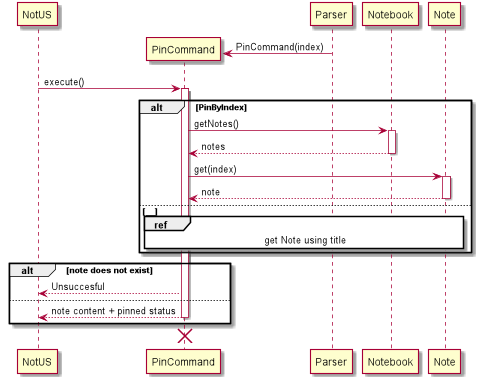
Earlier version of the PlantUML export docs/diagrams/out/PinCommand.png (nus-cs2113-AY2021S1/tp).
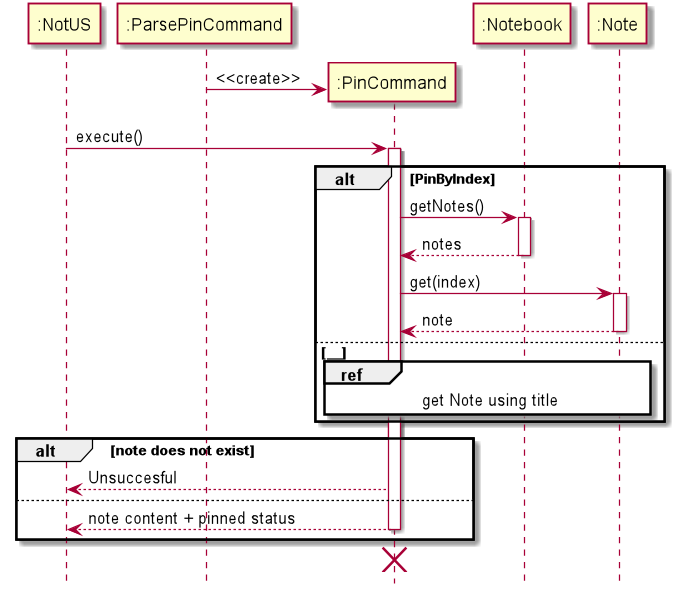
Later version of the same file.

What changed in the source:
```diff
@@ -1,9 +1,21 @@
 @startuml
+
+hide footbox
+
+participant ":NotUS" as NotUS
+participant ":ParsePinCommand" as ParsePinCommand
+participant ":PinCommand" as PinCommand
+participant ":Notebook" as Notebook
+
+participant ":Note" as Note
+
 create NotUS
+create ParsePinCommand
+
 create PinCommand
 activate PinCommand
 
-Parser -> PinCommand : PinCommand(index)
+ParsePinCommand -> PinCommand : <<create>>
 deactivate PinCommand
 
 NotUS -> PinCommand: execute()
```
